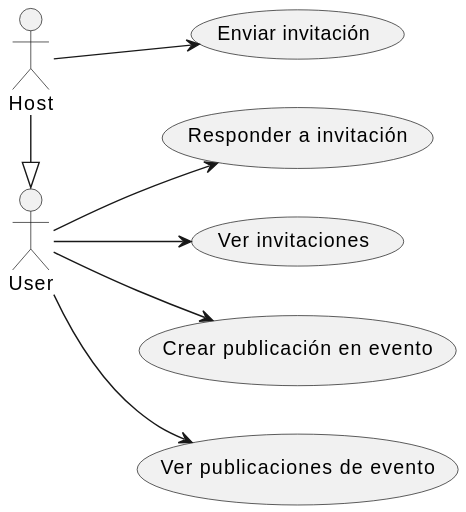
Before: out/modeling/invitations_posts_management_use_cases/invitations and posts management.svg, a diagram exported from PlantUML (EZE404/EventsTracker).
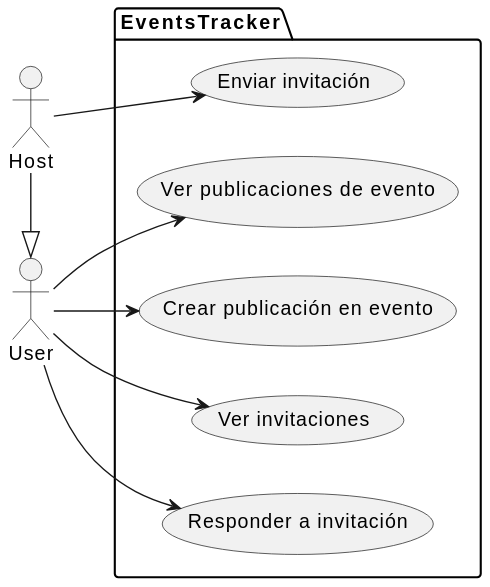
Later version of the same file.

Change to the diagram source:
```diff
@@ -1,13 +1,17 @@
 @startuml
 left to right direction
+
 actor User
 actor Host
 Host -|> User
-usecase "Enviar invitación" as UC_SendInvitation
-usecase "Responder a invitación" as UC_RespondInvitation
-usecase "Ver invitaciones" as UC_ViewInvitations
-usecase "Crear publicación en evento" as UC_CreateEventPost
-usecase "Ver publicaciones de evento" as UC_ViewEventPosts
+
+package "EventsTracker" {
+    usecase "Enviar invitación" as UC_SendInvitation
+    usecase "Responder a invitación" as UC_RespondInvitation
+    usecase "Ver invitaciones" as UC_ViewInvitations
+    usecase "Crear publicación en evento" as UC_CreateEventPost
+    usecase "Ver publicaciones de evento" as UC_ViewEventPosts
+}
 
 Host --> UC_SendInvitation
 User --> UC_RespondInvitation
```
